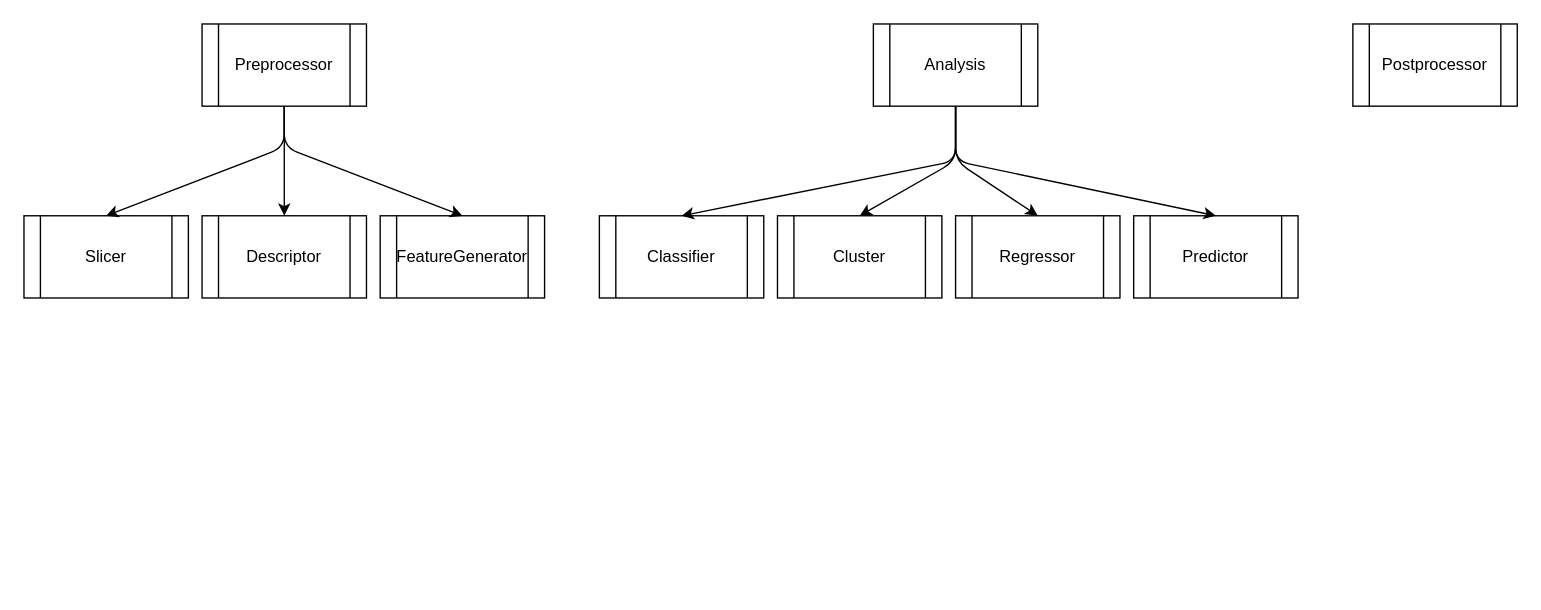
Earlier version of the draw.io diagram structure.drawio (PI-UniA/prosi-3d). Source tidied: cells renumbered, new cells numbered last; positions are measured from the earlier drawing's top-left corner, leaving out a move shared by most shapes. Both pictures are drawn from the tidied source at 137%, with x=0, y=0 at pixel (23, 23).
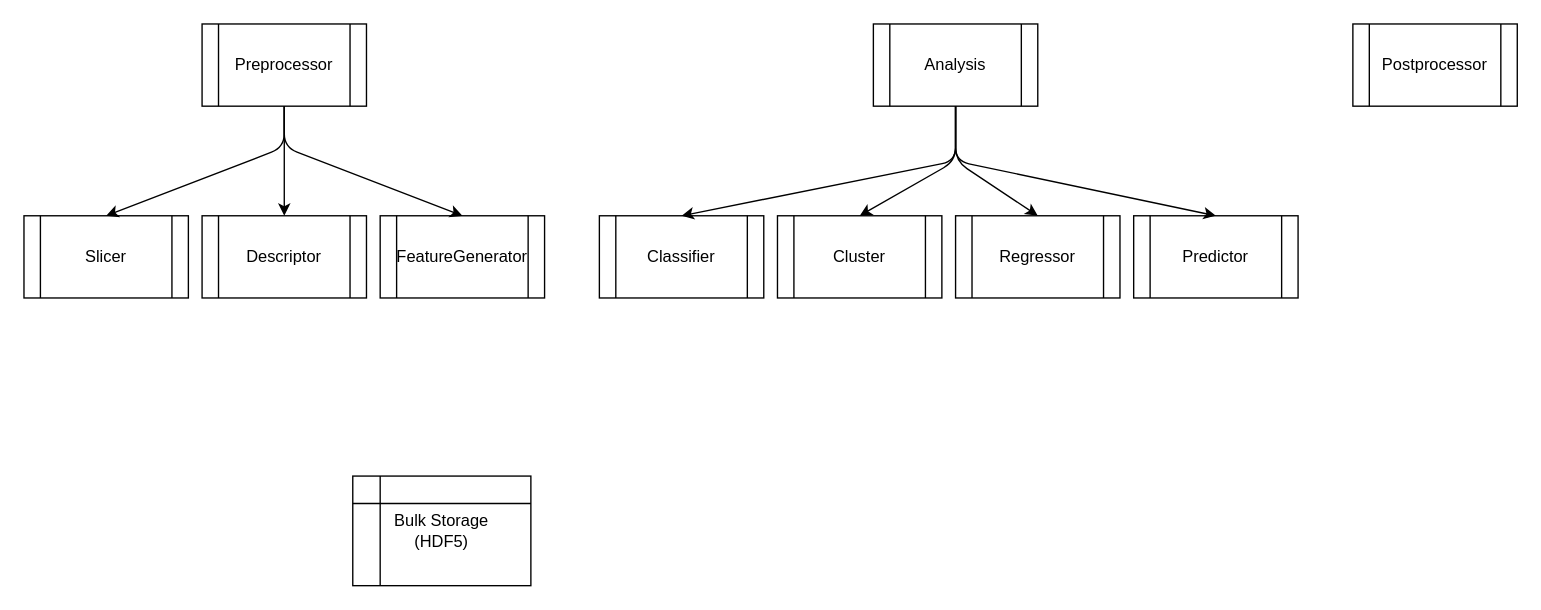
The same diagram, later.

Commit message (it also covers changes not shown here):
fix dockerfile, add license, add class elements in schema

What changed in the source:
```diff
@@
+    <mxCell id="19" value="Bulk Storage&lt;br&gt;(HDF5)" style="shape=internalStorage;whiteSpace=wrap;html=1;backgroundOutline=1;" parent="1" vertex="1">
+      <mxGeometry x="240" y="330" width="130" height="80" as="geometry" />
+    </mxCell>
```
